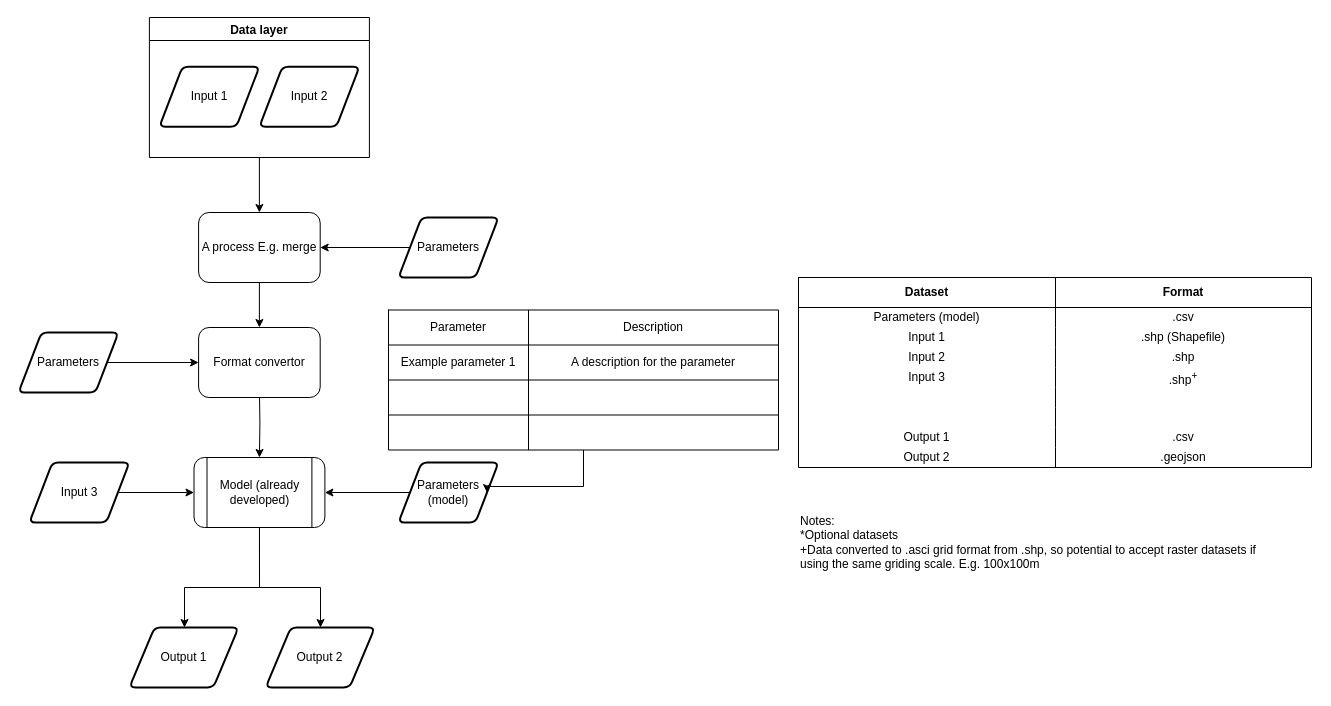
This is template/tempalte_workflow.drawio from OpenCLIM/workflow-diagrams, a draw.io file, before an edit. Source tidied: cells renumbered, new cells numbered last; positions are measured from the earlier drawing's top-left corner, leaving out a move shared by most shapes. Both pictures are drawn from the tidied source at 100%, with x=0, y=0 at pixel (18, 17).
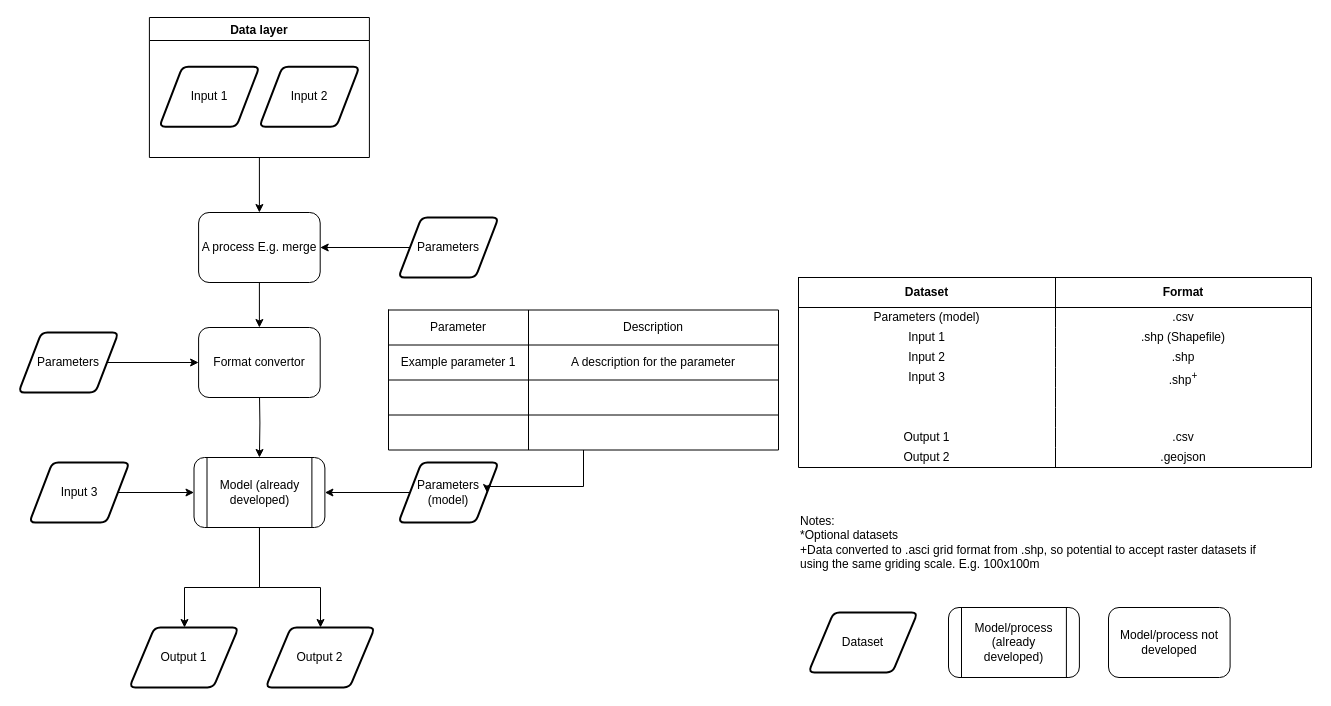
Above is the later version.

Commit message:
added diagram key

The edit, as a diff of the source:
```diff
@@
+    <mxCell id="67" value="Dataset" style="shape=parallelogram;html=1;strokeWidth=2;perimeter=parallelogramPerimeter;whiteSpace=wrap;rounded=1;arcSize=12;size=0.23;" parent="1" vertex="1">
+      <mxGeometry x="790" y="595" width="109.1" height="60" as="geometry" />
+    </mxCell>
+    <mxCell id="68" value="Model/process (already developed)" style="shape=process;whiteSpace=wrap;html=1;backgroundOutline=1;shadow=0;fontFamily=Helvetica;fontSize=12;fontColor=#000000;align=center;strokeColor=#000000;strokeWidth=1;fillColor=#ffffff;rounded=1;" parent="1" vertex="1">
+      <mxGeometry x="930" y="590" width="130.9" height="70" as="geometry" />
+    </mxCell>
+    <mxCell id="69" value="Model/process not developed" style="rounded=1;whiteSpace=wrap;html=1;fontSize=12;glass=0;strokeWidth=1;shadow=0;" parent="1" vertex="1">
+      <mxGeometry x="1090" y="590" width="121.6" height="70" as="geometry" />
+    </mxCell>
```
